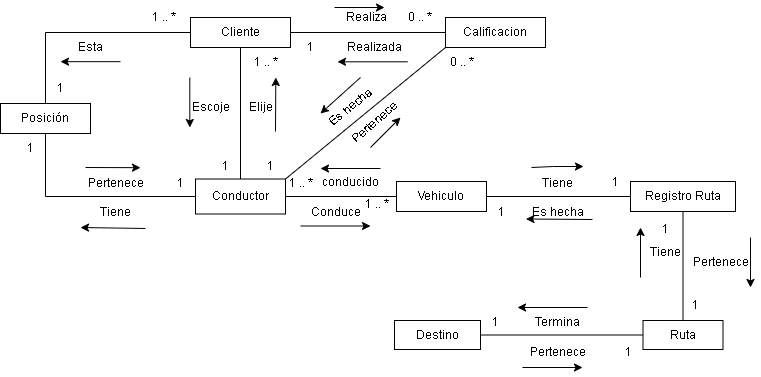
Before: ExtraClase/Modelado de Dominio/Modelo anemico/ModeloDominio.drawio.png, a diagram exported from draw.io (federico1605/RepositorioDOO). Source tidied: cells renumbered, new cells last; positions are measured from the earlier drawing's top-left corner, leaving out a move shared by most shapes.
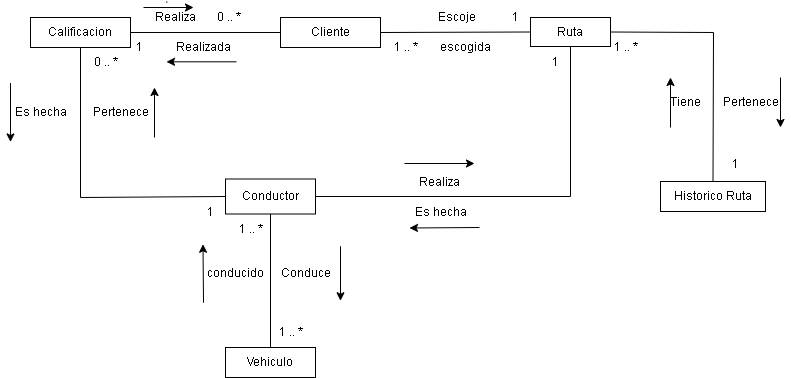
After the commit.

Commit message:
actualizacion de modelo de dominio

The edit, as a diff of the source:
```diff
@@ -3,277 +3,186 @@
     <mxCell id="0" />
     <mxCell id="1" parent="0" />
     <mxCell id="2" value="Ruta" style="rounded=0;whiteSpace=wrap;html=1;" parent="1" vertex="1">
-      <mxGeometry x="642.5" y="319" width="80" height="29" as="geometry" />
+      <mxGeometry x="530" y="12" width="80" height="29" as="geometry" />
     </mxCell>
     <mxCell id="3" value="Cliente" style="rounded=0;whiteSpace=wrap;html=1;" parent="1" vertex="1">
-      <mxGeometry x="190" y="16" width="100" height="30" as="geometry" />
+      <mxGeometry x="280" y="12" width="100" height="30" as="geometry" />
     </mxCell>
     <mxCell id="4" value="Vehiculo" style="rounded=0;whiteSpace=wrap;html=1;" parent="1" vertex="1">
-      <mxGeometry x="396" y="180" width="90" height="30" as="geometry" />
+      <mxGeometry x="225" y="342" width="90" height="30" as="geometry" />
     </mxCell>
-    <mxCell id="5" value="Posición" style="rounded=0;whiteSpace=wrap;html=1;" parent="1" vertex="1">
-      <mxGeometry y="102" width="90" height="30" as="geometry" />
-    </mxCell>
-    <mxCell id="6" value="Destino" style="rounded=0;whiteSpace=wrap;html=1;" parent="1" vertex="1">
-      <mxGeometry x="394" y="319" width="86" height="29" as="geometry" />
-    </mxCell>
-    <mxCell id="7" value="Registro Ruta" style="rounded=0;whiteSpace=wrap;html=1;" parent="1" vertex="1">
-      <mxGeometry x="630" y="180" width="105" height="30" as="geometry" />
+    <mxCell id="7" value="Historico Ruta" style="rounded=0;whiteSpace=wrap;html=1;" parent="1" vertex="1">
+      <mxGeometry x="660" y="176" width="105" height="30" as="geometry" />
     </mxCell>
-    <mxCell id="8" value="1" style="text;html=1;align=center;verticalAlign=middle;strokeColor=none;fillColor=none;" parent="1" vertex="1">
-      <mxGeometry x="600" y="166" width="30" height="30" as="geometry" />
-    </mxCell>
-    <mxCell id="9" value="1" style="text;html=1;align=center;verticalAlign=middle;strokeColor=none;fillColor=none;" parent="1" vertex="1">
-      <mxGeometry x="486" y="196" width="30" height="30" as="geometry" />
-    </mxCell>
-    <mxCell id="10" value="Tiene" style="text;html=1;align=center;verticalAlign=middle;strokeColor=none;fillColor=none;" parent="1" vertex="1">
-      <mxGeometry x="532" y="167" width="50" height="30" as="geometry" />
-    </mxCell>
-    <mxCell id="11" value="Es hecha" style="text;html=1;align=center;verticalAlign=middle;strokeColor=none;fillColor=none;" parent="1" vertex="1">
-      <mxGeometry x="517" y="196" width="80" height="30" as="geometry" />
-    </mxCell>
-    <mxCell id="12" style="endArrow=classic;html=1;rounded=0;" parent="1" edge="1">
-      <mxGeometry relative="1" as="geometry">
-        <mxPoint x="592" y="218" as="sourcePoint" />
-        <mxPoint x="525.5" y="217.5" as="targetPoint" />
-      </mxGeometry>
-    </mxCell>
     <mxCell id="13" value="1" style="text;html=1;align=center;verticalAlign=middle;strokeColor=none;fillColor=none;" parent="1" vertex="1">
-      <mxGeometry x="680" y="289" width="30" height="30" as="geometry" />
+      <mxGeometry x="720" y="143.5" width="30" height="30" as="geometry" />
     </mxCell>
-    <mxCell id="14" value="1" style="text;html=1;align=center;verticalAlign=middle;strokeColor=none;fillColor=none;" parent="1" vertex="1">
-      <mxGeometry x="650" y="212.5" width="30" height="30" as="geometry" />
+    <mxCell id="14" value="1 .. *" style="text;html=1;align=center;verticalAlign=middle;strokeColor=none;fillColor=none;" parent="1" vertex="1">
+      <mxGeometry x="600" y="27" width="50" height="30" as="geometry" />
     </mxCell>
     <mxCell id="15" value="Pertenece" style="text;html=1;align=center;verticalAlign=middle;strokeColor=none;fillColor=none;" parent="1" vertex="1">
-      <mxGeometry x="680" y="246" width="80" height="30" as="geometry" />
+      <mxGeometry x="710" y="82" width="80" height="30" as="geometry" />
     </mxCell>
-    <mxCell id="16" style="endArrow=classic;html=1;rounded=0;" parent="1" edge="1">
-      <mxGeometry relative="1" as="geometry">
-        <mxPoint x="531" y="166" as="sourcePoint" />
-        <mxPoint x="583" y="165" as="targetPoint" />
-        <Array as="points">
-          <mxPoint x="553" y="165" />
-        </Array>
-      </mxGeometry>
-    </mxCell>
     <mxCell id="17" value="Tiene" style="text;html=1;align=center;verticalAlign=middle;strokeColor=none;fillColor=none;" parent="1" vertex="1">
-      <mxGeometry x="640" y="236" width="50" height="30" as="geometry" />
+      <mxGeometry x="660" y="82" width="50" height="30" as="geometry" />
     </mxCell>
     <mxCell id="18" style="endArrow=classic;html=1;rounded=0;" parent="1" edge="1">
       <mxGeometry relative="1" as="geometry">
-        <mxPoint x="640" y="276" as="sourcePoint" />
-        <mxPoint x="640" y="226" as="targetPoint" />
+        <mxPoint x="670" y="122" as="sourcePoint" />
+        <mxPoint x="670" y="72" as="targetPoint" />
       </mxGeometry>
     </mxCell>
-    <mxCell id="19" value="1" style="text;html=1;align=center;verticalAlign=middle;strokeColor=none;fillColor=none;" parent="1" vertex="1">
-      <mxGeometry x="612.5" y="336" width="30" height="30" as="geometry" />
-    </mxCell>
-    <mxCell id="20" value="1" style="text;html=1;align=center;verticalAlign=middle;strokeColor=none;fillColor=none;" parent="1" vertex="1">
-      <mxGeometry x="480" y="306" width="30" height="30" as="geometry" />
-    </mxCell>
-    <mxCell id="21" value="Termina" style="text;html=1;align=center;verticalAlign=middle;strokeColor=none;fillColor=none;" parent="1" vertex="1">
-      <mxGeometry x="522" y="306" width="70" height="30" as="geometry" />
-    </mxCell>
-    <mxCell id="22" value="Pertenece" style="text;html=1;align=center;verticalAlign=middle;strokeColor=none;fillColor=none;" parent="1" vertex="1">
-      <mxGeometry x="517" y="336" width="80" height="30" as="geometry" />
-    </mxCell>
     <mxCell id="23" style="endArrow=classic;html=1;rounded=0;" parent="1" edge="1">
       <mxGeometry relative="1" as="geometry">
-        <mxPoint x="750" y="236" as="sourcePoint" />
-        <mxPoint x="750" y="286" as="targetPoint" />
+        <mxPoint x="780" y="72" as="sourcePoint" />
+        <mxPoint x="780" y="122" as="targetPoint" />
       </mxGeometry>
     </mxCell>
-    <mxCell id="24" style="endArrow=classic;html=1;rounded=0;" parent="1" edge="1">
-      <mxGeometry relative="1" as="geometry">
-        <mxPoint x="522" y="366" as="sourcePoint" />
-        <mxPoint x="582" y="366" as="targetPoint" />
-      </mxGeometry>
-    </mxCell>
     <mxCell id="25" value="Calificacion" style="rounded=0;whiteSpace=wrap;html=1;" parent="1" vertex="1">
-      <mxGeometry x="445" y="16" width="100" height="30" as="geometry" />
+      <mxGeometry x="30" y="12" width="100" height="30" as="geometry" />
     </mxCell>
     <mxCell id="26" value="Conductor" style="rounded=0;whiteSpace=wrap;html=1;" parent="1" vertex="1">
-      <mxGeometry x="195" y="177.5" width="90" height="35" as="geometry" />
+      <mxGeometry x="225" y="173.5" width="90" height="35" as="geometry" />
     </mxCell>
-    <mxCell id="27" style="endArrow=none;html=1;rounded=0;entryX=0.5;entryY=0;entryDx=0;entryDy=0;exitX=0;exitY=0.5;exitDx=0;exitDy=0;" parent="1" edge="1" source="3" target="5">
-      <mxGeometry relative="1" as="geometry">
-        <Array as="points">
-          <mxPoint x="45" y="31" />
-        </Array>
-      </mxGeometry>
-    </mxCell>
-    <mxCell id="28" style="endArrow=none;html=1;rounded=0;entryX=0.5;entryY=1;entryDx=0;entryDy=0;exitX=0;exitY=0.5;exitDx=0;exitDy=0;" parent="1" edge="1" source="26" target="5">
-      <mxGeometry relative="1" as="geometry">
-        <Array as="points">
-          <mxPoint x="45" y="195" />
-        </Array>
-      </mxGeometry>
-    </mxCell>
-    <mxCell id="29" style="endArrow=none;html=1;rounded=0;entryX=0;entryY=0.5;entryDx=0;entryDy=0;exitX=1;exitY=0.5;exitDx=0;exitDy=0;" parent="1" edge="1" source="3" target="25">
-      <mxGeometry relative="1" as="geometry" />
-    </mxCell>
     <mxCell id="30" value="0 .. *&amp;nbsp;" style="text;html=1;align=center;verticalAlign=middle;strokeColor=none;fillColor=none;" parent="1" vertex="1">
-      <mxGeometry x="396" y="1" width="50" height="30" as="geometry" />
+      <mxGeometry x="205" y="-3" width="50" height="30" as="geometry" />
     </mxCell>
     <mxCell id="31" value="Realizada" style="text;html=1;align=center;verticalAlign=middle;strokeColor=none;fillColor=none;" parent="1" vertex="1">
-      <mxGeometry x="334" y="31" width="80" height="30" as="geometry" />
+      <mxGeometry x="163" y="27" width="80" height="30" as="geometry" />
     </mxCell>
     <mxCell id="32" value="1" style="text;html=1;align=center;verticalAlign=middle;strokeColor=none;fillColor=none;" parent="1" vertex="1">
-      <mxGeometry x="295" y="31" width="30" height="30" as="geometry" />
+      <mxGeometry x="124" y="27" width="30" height="30" as="geometry" />
     </mxCell>
     <mxCell id="33" style="endArrow=classic;html=1;rounded=0;" parent="1" edge="1">
       <mxGeometry relative="1" as="geometry">
-        <mxPoint x="407" y="60.3" as="sourcePoint" />
-        <mxPoint x="337" y="60.3" as="targetPoint" />
+        <mxPoint x="236" y="56.3" as="sourcePoint" />
+        <mxPoint x="166" y="56.3" as="targetPoint" />
       </mxGeometry>
     </mxCell>
-    <mxCell id="34" style="endArrow=none;html=1;rounded=0;entryX=0;entryY=0.5;entryDx=0;entryDy=0;exitX=1;exitY=0.5;exitDx=0;exitDy=0;" parent="1" edge="1" source="26" target="4">
+    <mxCell id="34" style="endArrow=none;html=1;rounded=0;entryX=0.5;entryY=0;entryDx=0;entryDy=0;exitX=0.5;exitY=1;exitDx=0;exitDy=0;" parent="1" edge="1" source="26" target="4">
       <mxGeometry relative="1" as="geometry" />
     </mxCell>
-    <mxCell id="35" value="1 .. *&amp;nbsp;" style="text;html=1;align=center;verticalAlign=middle;strokeColor=none;fillColor=none;" parent="1" vertex="1">
-      <mxGeometry x="140" y="1" width="50" height="30" as="geometry" />
-    </mxCell>
-    <mxCell id="36" value="1" style="text;html=1;align=center;verticalAlign=middle;strokeColor=none;fillColor=none;" parent="1" vertex="1">
-      <mxGeometry x="45" y="72" width="30" height="30" as="geometry" />
-    </mxCell>
-    <mxCell id="37" value="1" style="text;html=1;align=center;verticalAlign=middle;strokeColor=none;fillColor=none;" parent="1" vertex="1">
-      <mxGeometry x="165" y="167" width="30" height="30" as="geometry" />
-    </mxCell>
-    <mxCell id="38" value="1" style="text;html=1;align=center;verticalAlign=middle;strokeColor=none;fillColor=none;" parent="1" vertex="1">
-      <mxGeometry x="15" y="132" width="30" height="30" as="geometry" />
-    </mxCell>
-    <mxCell id="39" value="Pertenece" style="text;html=1;align=center;verticalAlign=middle;strokeColor=none;fillColor=none;" parent="1" vertex="1">
-      <mxGeometry x="75" y="167" width="80" height="30" as="geometry" />
-    </mxCell>
-    <mxCell id="40" value="Esta" style="text;html=1;align=center;verticalAlign=middle;strokeColor=none;fillColor=none;" parent="1" vertex="1">
-      <mxGeometry x="65" y="31" width="50" height="30" as="geometry" />
-    </mxCell>
-    <mxCell id="41" style="endArrow=classic;html=1;rounded=0;" parent="1" edge="1">
-      <mxGeometry relative="1" as="geometry">
-        <mxPoint x="85" y="166" as="sourcePoint" />
-        <mxPoint x="140" y="166.2" as="targetPoint" />
-      </mxGeometry>
-    </mxCell>
-    <mxCell id="42" style="endArrow=classic;html=1;rounded=0;" parent="1" edge="1">
-      <mxGeometry relative="1" as="geometry">
-        <mxPoint x="120" y="60.2" as="sourcePoint" />
-        <mxPoint x="60" y="60.2" as="targetPoint" />
-      </mxGeometry>
-    </mxCell>
-    <mxCell id="43" value="Tiene" style="text;html=1;align=center;verticalAlign=middle;points=[];strokeColor=none;fillColor=none;" parent="1" vertex="1">
-      <mxGeometry x="90" y="196" width="50" height="30" as="geometry" />
-    </mxCell>
-    <mxCell id="44" style="endArrow=classic;html=1;rounded=0;exitX=1.1;exitY=1.033;exitDx=0;exitDy=0;exitPerimeter=0;" parent="1" edge="1" source="43">
-      <mxGeometry relative="1" as="geometry">
-        <mxPoint x="80" y="226" as="targetPoint" />
-      </mxGeometry>
-    </mxCell>
     <mxCell id="45" value="1 .. *" style="text;html=1;align=center;verticalAlign=middle;strokeColor=none;fillColor=none;" parent="1" vertex="1">
-      <mxGeometry x="351" y="187.5" width="50" height="30" as="geometry" />
+      <mxGeometry x="225" y="208.5" width="50" height="30" as="geometry" />
     </mxCell>
     <mxCell id="46" value="Conduce" style="text;html=1;align=center;verticalAlign=middle;strokeColor=none;fillColor=none;" parent="1" vertex="1">
-      <mxGeometry x="300" y="196" width="70" height="30" as="geometry" />
+      <mxGeometry x="270" y="253" width="70" height="30" as="geometry" />
     </mxCell>
     <mxCell id="47" style="endArrow=classic;html=1;rounded=0;" parent="1" edge="1">
       <mxGeometry relative="1" as="geometry">
-        <mxPoint x="300" y="224.5" as="sourcePoint" />
-        <mxPoint x="370" y="224.5" as="targetPoint" />
+        <mxPoint x="203" y="297.2" as="sourcePoint" />
+        <mxPoint x="202.5" y="238.8" as="targetPoint" />
       </mxGeometry>
     </mxCell>
     <mxCell id="48" value="conducido" style="text;html=1;align=center;verticalAlign=middle;strokeColor=none;fillColor=none;" parent="1" vertex="1">
-      <mxGeometry x="310" y="166" width="80" height="30" as="geometry" />
+      <mxGeometry x="195" y="253" width="80" height="30" as="geometry" />
     </mxCell>
     <mxCell id="49" value="1 .. *" style="text;html=1;align=center;verticalAlign=middle;strokeColor=none;fillColor=none;" parent="1" vertex="1">
-      <mxGeometry x="275" y="167" width="50" height="30" as="geometry" />
+      <mxGeometry x="265" y="312" width="50" height="30" as="geometry" />
     </mxCell>
     <mxCell id="50" style="endArrow=classic;html=1;rounded=0;" parent="1" edge="1">
       <mxGeometry relative="1" as="geometry">
-        <mxPoint x="380" y="167" as="sourcePoint" />
-        <mxPoint x="320" y="167" as="targetPoint" />
+        <mxPoint x="340" y="240.8" as="sourcePoint" />
+        <mxPoint x="340" y="295.2" as="targetPoint" />
       </mxGeometry>
     </mxCell>
-    <mxCell id="51" style="endArrow=none;html=1;rounded=0;entryX=0;entryY=0.5;entryDx=0;entryDy=0;exitX=1;exitY=0.5;exitDx=0;exitDy=0;" parent="1" edge="1" source="4" target="7">
-      <mxGeometry relative="1" as="geometry" />
-    </mxCell>
-    <mxCell id="52" style="endArrow=none;html=1;rounded=0;entryX=0.5;entryY=1;entryDx=0;entryDy=0;exitX=0.5;exitY=0;exitDx=0;exitDy=0;" parent="1" edge="1" source="2" target="7">
-      <mxGeometry relative="1" as="geometry" />
-    </mxCell>
-    <mxCell id="53" style="endArrow=none;html=1;rounded=0;entryX=0;entryY=0.5;entryDx=0;entryDy=0;exitX=1;exitY=0.5;exitDx=0;exitDy=0;" parent="1" edge="1" source="6" target="2">
-      <mxGeometry relative="1" as="geometry" />
-    </mxCell>
-    <mxCell id="54" style="endArrow=classic;html=1;rounded=0;" parent="1" edge="1">
-      <mxGeometry relative="1" as="geometry">
-        <mxPoint x="587" y="306" as="sourcePoint" />
-        <mxPoint x="517" y="306" as="targetPoint" />
-      </mxGeometry>
-    </mxCell>
     <mxCell id="55" value="Realiza" style="text;html=1;align=center;verticalAlign=middle;points=[];strokeColor=none;fillColor=none;" parent="1" vertex="1">
-      <mxGeometry x="336" y="1" width="60" height="30" as="geometry" />
+      <mxGeometry x="145" y="-3" width="60" height="30" as="geometry" />
     </mxCell>
     <mxCell id="56" style="endArrow=none;html=1;rounded=0;" parent="1" edge="1" target="55">
       <mxGeometry relative="1" as="geometry">
-        <mxPoint x="357" as="sourcePoint" />
+        <mxPoint x="166" y="-4" as="sourcePoint" />
       </mxGeometry>
     </mxCell>
     <mxCell id="57" style="endArrow=classic;html=1;rounded=0;" parent="1" edge="1">
       <mxGeometry relative="1" as="geometry">
-        <mxPoint x="334" y="6" as="sourcePoint" />
-        <mxPoint x="384" y="6" as="targetPoint" />
+        <mxPoint x="143" y="2" as="sourcePoint" />
+        <mxPoint x="193" y="2" as="targetPoint" />
       </mxGeometry>
     </mxCell>
-    <mxCell id="58" style="endArrow=none;html=1;rounded=0;entryX=0.5;entryY=1;entryDx=0;entryDy=0;exitX=0.5;exitY=0;exitDx=0;exitDy=0;" parent="1" edge="1" source="26" target="3">
-      <mxGeometry relative="1" as="geometry" />
-    </mxCell>
-    <mxCell id="59" value="1" style="text;html=1;align=center;verticalAlign=middle;strokeColor=none;fillColor=none;" parent="1" vertex="1">
-      <mxGeometry x="210" y="150" width="30" height="30" as="geometry" />
-    </mxCell>
-    <mxCell id="60" value="1 .. *" style="text;html=1;align=center;verticalAlign=middle;strokeColor=none;fillColor=none;" parent="1" vertex="1">
-      <mxGeometry x="240" y="46" width="50" height="30" as="geometry" />
-    </mxCell>
-    <mxCell id="61" value="Escoje" style="text;html=1;align=center;verticalAlign=middle;strokeColor=none;fillColor=none;" parent="1" vertex="1">
-      <mxGeometry x="180" y="91" width="60" height="30" as="geometry" />
-    </mxCell>
-    <mxCell id="62" value="Elije" style="text;html=1;align=center;verticalAlign=middle;strokeColor=none;fillColor=none;" parent="1" vertex="1">
-      <mxGeometry x="235" y="91" width="50" height="30" as="geometry" />
-    </mxCell>
-    <mxCell id="63" style="endArrow=none;html=1;rounded=0;entryX=0;entryY=1;entryDx=0;entryDy=0;exitX=1;exitY=0;exitDx=0;exitDy=0;" parent="1" edge="1" source="26" target="25">
-      <mxGeometry relative="1" as="geometry" />
-    </mxCell>
-    <mxCell id="64" value="Es hecha" style="text;html=1;align=center;verticalAlign=middle;strokeColor=none;fillColor=none;rotation=-40;" parent="1" vertex="1">
-      <mxGeometry x="310" y="91" width="80" height="30" as="geometry" />
+    <mxCell id="64" value="Es hecha" style="text;html=1;align=center;verticalAlign=middle;strokeColor=none;fillColor=none;rotation=0;" parent="1" vertex="1">
+      <mxGeometry y="92" width="80" height="30" as="geometry" />
     </mxCell>
-    <mxCell id="65" value="Pertenece" style="text;html=1;align=center;verticalAlign=middle;strokeColor=none;fillColor=none;rotation=-40;" parent="1" vertex="1">
-      <mxGeometry x="334" y="106" width="80" height="30" as="geometry" />
+    <mxCell id="65" value="Pertenece" style="text;html=1;align=center;verticalAlign=middle;strokeColor=none;fillColor=none;rotation=0;" parent="1" vertex="1">
+      <mxGeometry x="80" y="92" width="80" height="30" as="geometry" />
     </mxCell>
     <mxCell id="66" style="endArrow=classic;html=1;rounded=0;" parent="1" edge="1">
       <mxGeometry relative="1" as="geometry">
-        <mxPoint x="370" y="146" as="sourcePoint" />
-        <mxPoint x="400" y="116" as="targetPoint" />
+        <mxPoint x="154" y="132" as="sourcePoint" />
+        <mxPoint x="154" y="82" as="targetPoint" />
       </mxGeometry>
     </mxCell>
     <mxCell id="67" value="0 .. *" style="text;html=1;align=center;verticalAlign=middle;strokeColor=none;fillColor=none;" parent="1" vertex="1">
-      <mxGeometry x="436" y="46" width="50" height="30" as="geometry" />
+      <mxGeometry x="80" y="42" width="50" height="30" as="geometry" />
     </mxCell>
     <mxCell id="68" value="1" style="text;html=1;align=center;verticalAlign=middle;strokeColor=none;fillColor=none;" parent="1" vertex="1">
-      <mxGeometry x="255" y="150" width="30" height="30" as="geometry" />
+      <mxGeometry x="195" y="192" width="30" height="30" as="geometry" />
     </mxCell>
-    <mxCell id="69" style="endArrow=classic;html=1;rounded=0;" parent="1" edge="1">
-      <mxGeometry relative="1" as="geometry">
-        <mxPoint x="189.3" y="76" as="sourcePoint" />
-        <mxPoint x="189.3" y="126" as="targetPoint" />
-      </mxGeometry>
-    </mxCell>
-    <mxCell id="70" style="endArrow=classic;html=1;rounded=0;" parent="1" edge="1">
-      <mxGeometry relative="1" as="geometry">
-        <mxPoint x="275" y="130" as="sourcePoint" />
-        <mxPoint x="275.3" y="76" as="targetPoint" />
-      </mxGeometry>
-    </mxCell>
     <mxCell id="71" style="endArrow=classic;html=1;rounded=0;" parent="1" edge="1">
       <mxGeometry relative="1" as="geometry">
-        <mxPoint x="360" y="76" as="sourcePoint" />
-        <mxPoint x="320" y="112" as="targetPoint" />
+        <mxPoint x="10" y="77.5" as="sourcePoint" />
+        <mxPoint x="10" y="136.5" as="targetPoint" />
       </mxGeometry>
     </mxCell>
+    <mxCell id="72" style="endArrow=none;html=1;rounded=0;entryX=0;entryY=0.5;entryDx=0;entryDy=0;exitX=1;exitY=0.5;exitDx=0;exitDy=0;" parent="1" edge="1" source="25" target="3">
+      <mxGeometry relative="1" as="geometry" />
+    </mxCell>
+    <mxCell id="63" style="endArrow=none;html=1;rounded=0;entryX=0.5;entryY=1;entryDx=0;entryDy=0;exitX=0;exitY=0.5;exitDx=0;exitDy=0;" parent="1" edge="1" source="26" target="25">
+      <mxGeometry relative="1" as="geometry">
+        <Array as="points">
+          <mxPoint x="80" y="192" />
+        </Array>
+      </mxGeometry>
+    </mxCell>
+    <mxCell id="73" style="endArrow=none;html=1;rounded=0;entryX=0;entryY=0.5;entryDx=0;entryDy=0;exitX=1;exitY=0.5;exitDx=0;exitDy=0;" parent="1" edge="1" source="3" target="2">
+      <mxGeometry relative="1" as="geometry" />
+    </mxCell>
+    <mxCell id="61" value="Escoje" style="text;html=1;align=center;verticalAlign=middle;strokeColor=none;fillColor=none;" parent="1" vertex="1">
+      <mxGeometry x="426" y="-3" width="60" height="30" as="geometry" />
+    </mxCell>
+    <mxCell id="74" value="1" style="text;html=1;align=center;verticalAlign=middle;strokeColor=none;fillColor=none;" parent="1" vertex="1">
+      <mxGeometry x="500" y="-3" width="30" height="30" as="geometry" />
+    </mxCell>
+    <mxCell id="75" value="escogida" style="text;html=1;align=center;verticalAlign=middle;strokeColor=none;fillColor=none;" parent="1" vertex="1">
+      <mxGeometry x="430" y="27" width="70" height="30" as="geometry" />
+    </mxCell>
+    <mxCell id="60" value="1 .. *" style="text;html=1;align=center;verticalAlign=middle;strokeColor=none;fillColor=none;" parent="1" vertex="1">
+      <mxGeometry x="380" y="27" width="50" height="30" as="geometry" />
+    </mxCell>
+    <mxCell id="76" style="endArrow=none;html=1;rounded=0;entryX=1;entryY=0.5;entryDx=0;entryDy=0;exitX=0.5;exitY=0;exitDx=0;exitDy=0;" parent="1" edge="1" source="7" target="2">
+      <mxGeometry relative="1" as="geometry">
+        <Array as="points">
+          <mxPoint x="713" y="27" />
+        </Array>
+      </mxGeometry>
+    </mxCell>
+    <mxCell id="77" style="endArrow=none;html=1;rounded=0;exitX=0.5;exitY=1;exitDx=0;exitDy=0;entryX=1;entryY=0.5;entryDx=0;entryDy=0;" parent="1" edge="1" source="2" target="26">
+      <mxGeometry relative="1" as="geometry">
+        <Array as="points">
+          <mxPoint x="570" y="191" />
+        </Array>
+      </mxGeometry>
+    </mxCell>
+    <mxCell id="78" value="Realiza" style="text;html=1;align=center;verticalAlign=middle;strokeColor=none;fillColor=none;" parent="1" vertex="1">
+      <mxGeometry x="409" y="162" width="60" height="30" as="geometry" />
+    </mxCell>
+    <mxCell id="11" value="Es hecha" style="text;html=1;align=center;verticalAlign=middle;strokeColor=none;fillColor=none;" parent="1" vertex="1">
+      <mxGeometry x="400" y="192" width="80" height="30" as="geometry" />
+    </mxCell>
+    <mxCell id="79" style="endArrow=classic;html=1;rounded=0;" parent="1" edge="1">
+      <mxGeometry relative="1" as="geometry">
+        <mxPoint x="404" y="158" as="sourcePoint" />
+        <mxPoint x="474" y="158" as="targetPoint" />
+      </mxGeometry>
+    </mxCell>
+    <mxCell id="80" style="endArrow=classic;html=1;rounded=0;" parent="1" edge="1">
+      <mxGeometry relative="1" as="geometry">
+        <mxPoint x="479" y="222" as="sourcePoint" />
+        <mxPoint x="409" y="222.5" as="targetPoint" />
+      </mxGeometry>
+    </mxCell>
+    <mxCell id="81" value="1" style="text;html=1;align=center;verticalAlign=middle;strokeColor=none;fillColor=none;" parent="1" vertex="1">
+      <mxGeometry x="540" y="42" width="30" height="30" as="geometry" />
+    </mxCell>
   </root>
 </mxGraphModel>
```
